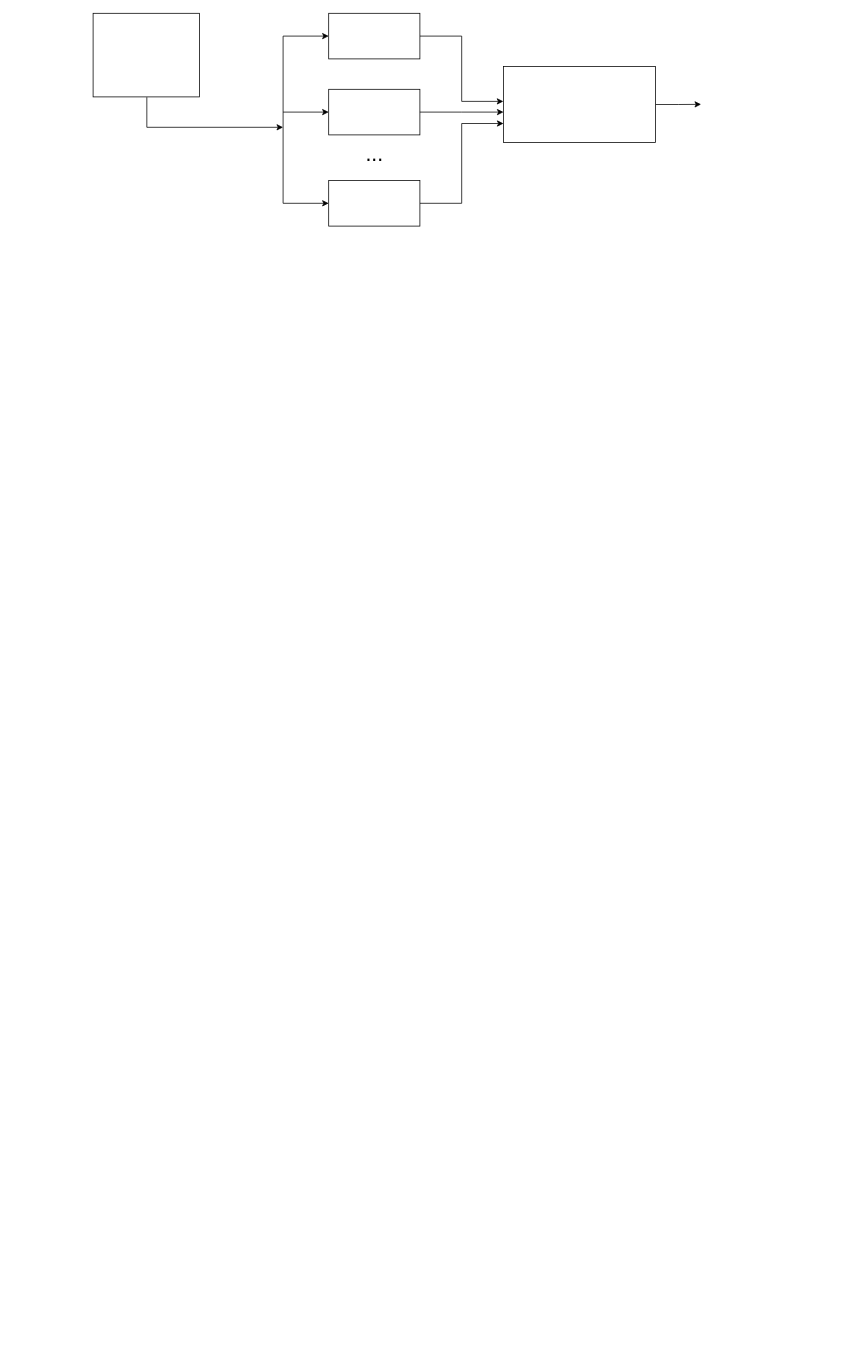
Above: 3.3.drawio in dotNETDev-Zayniddin/AdvOOP-1 (draw.io), before the change. Source tidied: cells renumbered, new cells numbered last; positions are measured from the earlier drawing's top-left corner, leaving out a move shared by most shapes. Both pictures are drawn from the tidied source at 76%, with x=0, y=0 at pixel (93, 13).
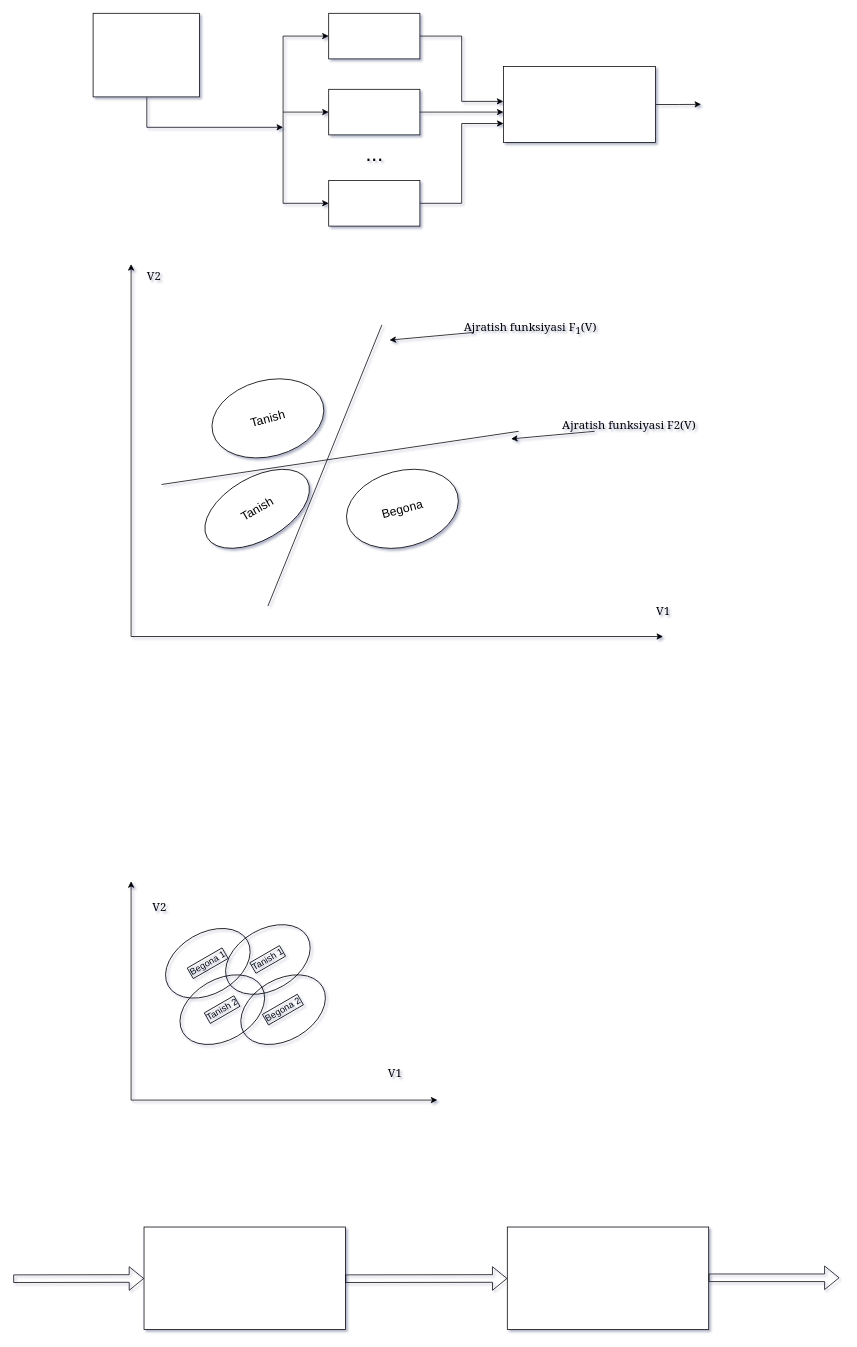
After the change.

Change to the diagram source:
```diff
@@
-<mxGraphModel>
+<mxGraphModel background="#ffffff" shadow="1">
@@
+    <mxCell id="17" value="Begona 2" style="ellipse;whiteSpace=wrap;html=1;rotation=-30;labelBackgroundColor=none;fontColor=default;textShadow=0;labelBorderColor=default;gradientColor=none;fillColor=none;" parent="1" vertex="1">
+      <mxGeometry x="190" y="1271" width="120" height="80" as="geometry" />
+    </mxCell>
+    <mxCell id="18" value="Tanish 1" style="ellipse;whiteSpace=wrap;html=1;rotation=-30;labelBackgroundColor=none;fontColor=default;textShadow=0;labelBorderColor=default;gradientColor=none;fillColor=none;" parent="1" vertex="1">
+      <mxGeometry x="170" y="1205" width="120" height="80" as="geometry" />
+    </mxCell>
@@
+    <mxCell id="19" style="endArrow=classic;html=1;rounded=0;" parent="1" edge="1">
+      <mxGeometry relative="1" as="geometry">
+        <mxPoint x="50" y="820" as="sourcePoint" />
+        <mxPoint x="50" y="330" as="targetPoint" />
+      </mxGeometry>
+    </mxCell>
+    <mxCell id="20" style="endArrow=classic;html=1;rounded=0;" parent="1" edge="1">
+      <mxGeometry relative="1" as="geometry">
+        <mxPoint x="50" y="820" as="sourcePoint" />
+        <mxPoint x="750" y="820" as="targetPoint" />
+      </mxGeometry>
+    </mxCell>
+    <mxCell id="21" style="endArrow=none;html=1;rounded=0;" parent="1" edge="1">
+      <mxGeometry relative="1" as="geometry">
+        <mxPoint x="230" y="780" as="sourcePoint" />
+        <mxPoint x="380" y="410" as="targetPoint" />
+      </mxGeometry>
+    </mxCell>
+    <mxCell id="22" style="endArrow=none;html=1;rounded=0;" parent="1" edge="1">
+      <mxGeometry relative="1" as="geometry">
+        <mxPoint x="90" y="620" as="sourcePoint" />
+        <mxPoint x="560" y="550" as="targetPoint" />
+      </mxGeometry>
+    </mxCell>
+    <mxCell id="23" value="Tanish" style="ellipse;whiteSpace=wrap;html=1;rotation=-15;fontSize=16;" parent="1" vertex="1">
+      <mxGeometry x="155" y="483" width="150" height="100" as="geometry" />
+    </mxCell>
+    <mxCell id="24" value="Begona" style="ellipse;whiteSpace=wrap;html=1;rotation=-15;fontSize=16;" parent="1" vertex="1">
+      <mxGeometry x="332" y="602" width="150" height="100" as="geometry" />
+    </mxCell>
+    <mxCell id="25" value="Tanish" style="ellipse;whiteSpace=wrap;html=1;rotation=-30;fontSize=16;" parent="1" vertex="1">
+      <mxGeometry x="140" y="611" width="151.7" height="82" as="geometry" />
+    </mxCell>
+    <mxCell id="26" style="endArrow=classic;html=1;rounded=0;" parent="1" edge="1">
+      <mxGeometry relative="1" as="geometry">
+        <mxPoint x="500" y="420" as="sourcePoint" />
+        <mxPoint x="390" y="430" as="targetPoint" />
+      </mxGeometry>
+    </mxCell>
+    <mxCell id="27" style="endArrow=classic;html=1;rounded=0;" parent="1" edge="1">
+      <mxGeometry relative="1" as="geometry">
+        <mxPoint x="660" y="550" as="sourcePoint" />
+        <mxPoint x="550" y="560" as="targetPoint" />
+      </mxGeometry>
+    </mxCell>
+    <mxCell id="28" value="Ajratish funksiyasi F&lt;sub&gt;1&lt;/sub&gt;(V)" style="text;html=1;align=center;verticalAlign=middle;strokeColor=none;fillColor=none;fontFamily=Georgia;fontSize=15;" parent="1" vertex="1">
+      <mxGeometry x="480" y="398" width="190" height="30" as="geometry" />
+    </mxCell>
+    <mxCell id="29" value="Ajratish funksiyasi F&lt;span&gt;2&lt;/span&gt;(V)" style="text;html=1;align=center;verticalAlign=middle;strokeColor=none;fillColor=none;fontFamily=Georgia;fontSize=15;" parent="1" vertex="1">
+      <mxGeometry x="610" y="525" width="190" height="30" as="geometry" />
+    </mxCell>
+    <mxCell id="30" value="V&lt;span&gt;1&lt;/span&gt;" style="text;html=1;align=center;verticalAlign=middle;strokeColor=none;fillColor=none;fontFamily=Georgia;fontSize=15;" parent="1" vertex="1">
+      <mxGeometry x="730" y="770" width="40" height="30" as="geometry" />
+    </mxCell>
+    <mxCell id="31" value="V&lt;span&gt;2&lt;/span&gt;" style="text;html=1;align=center;verticalAlign=middle;strokeColor=none;fillColor=none;fontFamily=Georgia;fontSize=15;" parent="1" vertex="1">
+      <mxGeometry x="60" y="330" width="40" height="30" as="geometry" />
+    </mxCell>
+    <mxCell id="32" style="endArrow=classic;html=1;rounded=0;" parent="1" edge="1">
+      <mxGeometry relative="1" as="geometry">
+        <mxPoint x="50" y="1430" as="sourcePoint" />
+        <mxPoint x="50" y="1142" as="targetPoint" />
+      </mxGeometry>
+    </mxCell>
+    <mxCell id="33" style="endArrow=classic;html=1;rounded=0;" parent="1" edge="1">
+      <mxGeometry relative="1" as="geometry">
+        <mxPoint x="50" y="1430" as="sourcePoint" />
+        <mxPoint x="453" y="1430" as="targetPoint" />
+      </mxGeometry>
+    </mxCell>
+    <mxCell id="34" value="V&lt;span&gt;1&lt;/span&gt;" style="text;html=1;align=center;verticalAlign=middle;strokeColor=none;fillColor=none;fontFamily=Georgia;fontSize=15;" parent="1" vertex="1">
+      <mxGeometry x="377" y="1378" width="40" height="30" as="geometry" />
+    </mxCell>
+    <mxCell id="35" value="V&lt;span&gt;2&lt;/span&gt;" style="text;html=1;align=center;verticalAlign=middle;strokeColor=none;fillColor=none;fontFamily=Georgia;fontSize=15;" parent="1" vertex="1">
+      <mxGeometry x="67" y="1160" width="40" height="30" as="geometry" />
+    </mxCell>
+    <mxCell id="36" value="Tanish 2" style="ellipse;whiteSpace=wrap;html=1;rotation=-30;labelBackgroundColor=none;fontColor=default;textShadow=0;labelBorderColor=default;gradientColor=none;fillColor=none;strokeColor=default;" parent="1" vertex="1">
+      <mxGeometry x="110" y="1271" width="120" height="80" as="geometry" />
+    </mxCell>
+    <mxCell id="37" value="Begona 1" style="ellipse;whiteSpace=wrap;html=1;rotation=-30;labelBackgroundColor=none;fontColor=default;textShadow=0;labelBorderColor=default;gradientColor=none;fillColor=none;strokeColor=default;" parent="1" vertex="1">
+      <mxGeometry x="91" y="1210" width="120" height="80" as="geometry" />
+    </mxCell>
+    <mxCell id="38" style="shape=flexArrow;endArrow=classic;html=1;rounded=0;" parent="1" edge="1" target="39">
+      <mxGeometry relative="1" as="geometry">
+        <mxPoint x="-105" y="1665" as="sourcePoint" />
+      </mxGeometry>
+    </mxCell>
+    <mxCell id="39" style="rounded=0;whiteSpace=wrap;html=1;" parent="1" vertex="1">
+      <mxGeometry x="67" y="1597" width="265" height="135" as="geometry" />
+    </mxCell>
+    <mxCell id="40" style="shape=flexArrow;endArrow=classic;html=1;rounded=0;" parent="1" edge="1" target="41">
+      <mxGeometry relative="1" as="geometry">
+        <mxPoint x="332" y="1665" as="sourcePoint" />
+      </mxGeometry>
+    </mxCell>
+    <mxCell id="41" style="rounded=0;whiteSpace=wrap;html=1;" parent="1" vertex="1">
+      <mxGeometry x="545" y="1597" width="265" height="135" as="geometry" />
+    </mxCell>
+    <mxCell id="42" style="shape=flexArrow;endArrow=classic;html=1;rounded=0;" parent="1" edge="1">
+      <mxGeometry relative="1" as="geometry">
+        <mxPoint x="810" y="1663.8" as="sourcePoint" />
+        <mxPoint x="982" y="1663.8" as="targetPoint" />
+      </mxGeometry>
+    </mxCell>
```
